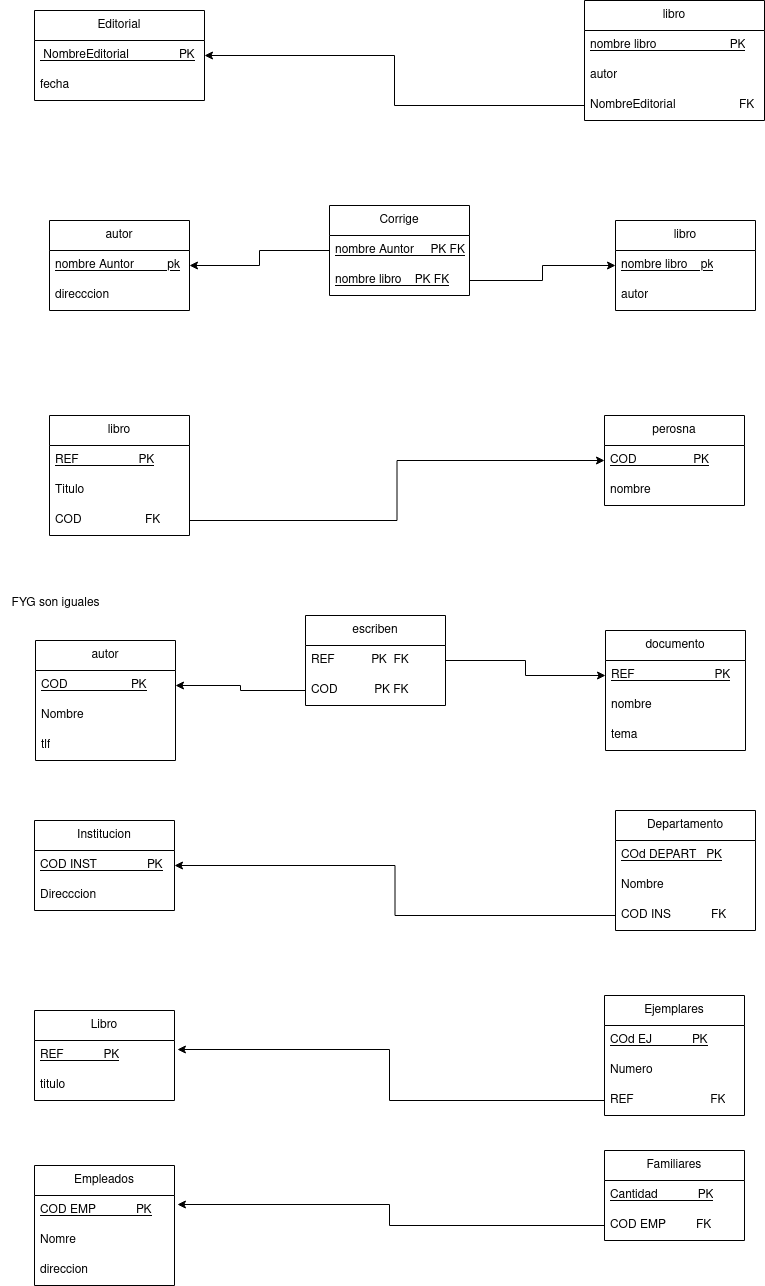
Above: Ejercicios/tarea2/modeloRelacional.png in adogonz23/BAE (draw.io), before the change. Source tidied: cells renumbered, new cells last; positions are measured from the earlier drawing's top-left corner, leaving out a move shared by most shapes.
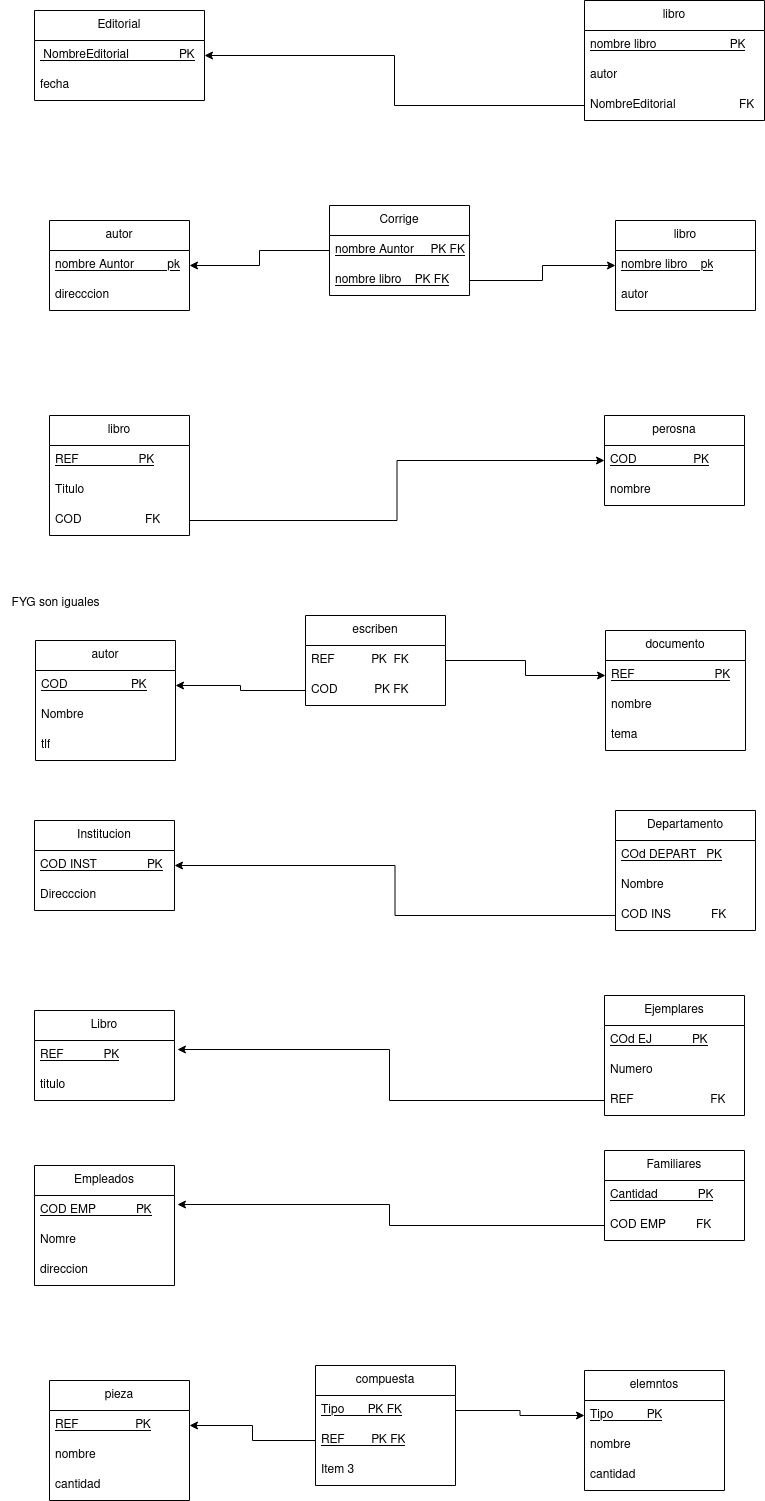
Later version of the same file.

Change to the diagram source:
```diff
@@ -197,5 +197,47 @@
     <mxCell id="66" style="edgeStyle=orthogonalEdgeStyle;rounded=0;jettySize=auto;html=1;entryX=1.021;entryY=0.3;entryDx=0;entryDy=0;entryPerimeter=0;" parent="1" edge="1" source="65" target="60">
       <mxGeometry relative="1" as="geometry" />
     </mxCell>
+    <mxCell id="67" value="pieza" style="swimlane;fontStyle=0;horizontal=1;startSize=30;whiteSpace=wrap;html=1;" parent="1" vertex="1">
+      <mxGeometry x="49" y="1380" width="140" height="120" as="geometry" />
+    </mxCell>
+    <mxCell id="68" value="&lt;u&gt;REF&amp;nbsp;&amp;nbsp;&amp;nbsp;&amp;nbsp;&amp;nbsp;&amp;nbsp;&amp;nbsp;&amp;nbsp;&amp;nbsp;&amp;nbsp;&amp;nbsp;&amp;nbsp;&amp;nbsp;&amp;nbsp;&amp;nbsp;&amp;nbsp; PK&lt;/u&gt;" style="text;strokeColor=none;fillColor=none;align=left;verticalAlign=middle;spacingLeft=4;spacingRight=4;overflow=hidden;points=[[0,0.5],[1,0.5]];portConstraint=eastwest;whiteSpace=wrap;html=1;" parent="67" vertex="1">
+      <mxGeometry y="30" width="140" height="30" as="geometry" />
+    </mxCell>
+    <mxCell id="69" value="nombre" style="text;strokeColor=none;fillColor=none;align=left;verticalAlign=middle;spacingLeft=4;spacingRight=4;overflow=hidden;whiteSpace=wrap;html=1;" parent="67" vertex="1">
+      <mxGeometry y="60" width="140" height="30" as="geometry" />
+    </mxCell>
+    <mxCell id="70" value="cantidad" style="text;strokeColor=none;fillColor=none;align=left;verticalAlign=middle;spacingLeft=4;spacingRight=4;overflow=hidden;whiteSpace=wrap;html=1;" parent="67" vertex="1">
+      <mxGeometry y="90" width="140" height="30" as="geometry" />
+    </mxCell>
+    <mxCell id="71" value="elemntos" style="swimlane;fontStyle=0;horizontal=1;startSize=30;whiteSpace=wrap;html=1;" parent="1" vertex="1">
+      <mxGeometry x="584" y="1370" width="140" height="120" as="geometry" />
+    </mxCell>
+    <mxCell id="72" value="&lt;u&gt;Tipo&amp;nbsp;&amp;nbsp;&amp;nbsp;&amp;nbsp;&amp;nbsp;&amp;nbsp;&amp;nbsp;&amp;nbsp;&amp;nbsp; PK&lt;/u&gt;" style="text;strokeColor=none;fillColor=none;align=left;verticalAlign=middle;spacingLeft=4;spacingRight=4;overflow=hidden;points=[[0,0.5],[1,0.5]];portConstraint=eastwest;whiteSpace=wrap;html=1;" parent="71" vertex="1">
+      <mxGeometry y="30" width="140" height="30" as="geometry" />
+    </mxCell>
+    <mxCell id="73" value="nombre" style="text;strokeColor=none;fillColor=none;align=left;verticalAlign=middle;spacingLeft=4;spacingRight=4;overflow=hidden;whiteSpace=wrap;html=1;" parent="71" vertex="1">
+      <mxGeometry y="60" width="140" height="30" as="geometry" />
+    </mxCell>
+    <mxCell id="74" value="cantidad" style="text;strokeColor=none;fillColor=none;align=left;verticalAlign=middle;spacingLeft=4;spacingRight=4;overflow=hidden;whiteSpace=wrap;html=1;" parent="71" vertex="1">
+      <mxGeometry y="90" width="140" height="30" as="geometry" />
+    </mxCell>
+    <mxCell id="75" value="compuesta" style="swimlane;fontStyle=0;horizontal=1;startSize=30;whiteSpace=wrap;html=1;" parent="1" vertex="1">
+      <mxGeometry x="315" y="1365" width="140" height="120" as="geometry" />
+    </mxCell>
+    <mxCell id="76" value="&lt;u&gt;Tipo&amp;nbsp;&amp;nbsp;&amp;nbsp;&amp;nbsp;&amp;nbsp;&amp;nbsp; PK FK&lt;/u&gt;" style="text;strokeColor=none;fillColor=none;align=left;verticalAlign=middle;spacingLeft=4;spacingRight=4;overflow=hidden;points=[[0,0.5],[1,0.5]];portConstraint=eastwest;whiteSpace=wrap;html=1;" parent="75" vertex="1">
+      <mxGeometry y="30" width="140" height="30" as="geometry" />
+    </mxCell>
+    <mxCell id="77" value="&lt;u&gt;REF&amp;nbsp;&amp;nbsp;&amp;nbsp;&amp;nbsp;&amp;nbsp;&amp;nbsp;&amp;nbsp; PK FK&lt;/u&gt;" style="text;strokeColor=none;fillColor=none;align=left;verticalAlign=middle;spacingLeft=4;spacingRight=4;overflow=hidden;points=[[0,0.5],[1,0.5]];portConstraint=eastwest;whiteSpace=wrap;html=1;" parent="75" vertex="1">
+      <mxGeometry y="60" width="140" height="30" as="geometry" />
+    </mxCell>
+    <mxCell id="78" value="Item 3" style="text;strokeColor=none;fillColor=none;align=left;verticalAlign=middle;spacingLeft=4;spacingRight=4;overflow=hidden;whiteSpace=wrap;html=1;" parent="75" vertex="1">
+      <mxGeometry y="90" width="140" height="30" as="geometry" />
+    </mxCell>
+    <mxCell id="79" style="edgeStyle=orthogonalEdgeStyle;rounded=0;jettySize=auto;html=1;entryX=0;entryY=0.5;entryDx=0;entryDy=0;" parent="1" edge="1" source="76" target="72">
+      <mxGeometry relative="1" as="geometry" />
+    </mxCell>
+    <mxCell id="80" style="edgeStyle=orthogonalEdgeStyle;rounded=0;jettySize=auto;html=1;entryX=1;entryY=0.5;entryDx=0;entryDy=0;" parent="1" edge="1" source="77" target="68">
+      <mxGeometry relative="1" as="geometry" />
+    </mxCell>
   </root>
 </mxGraphModel>
```
